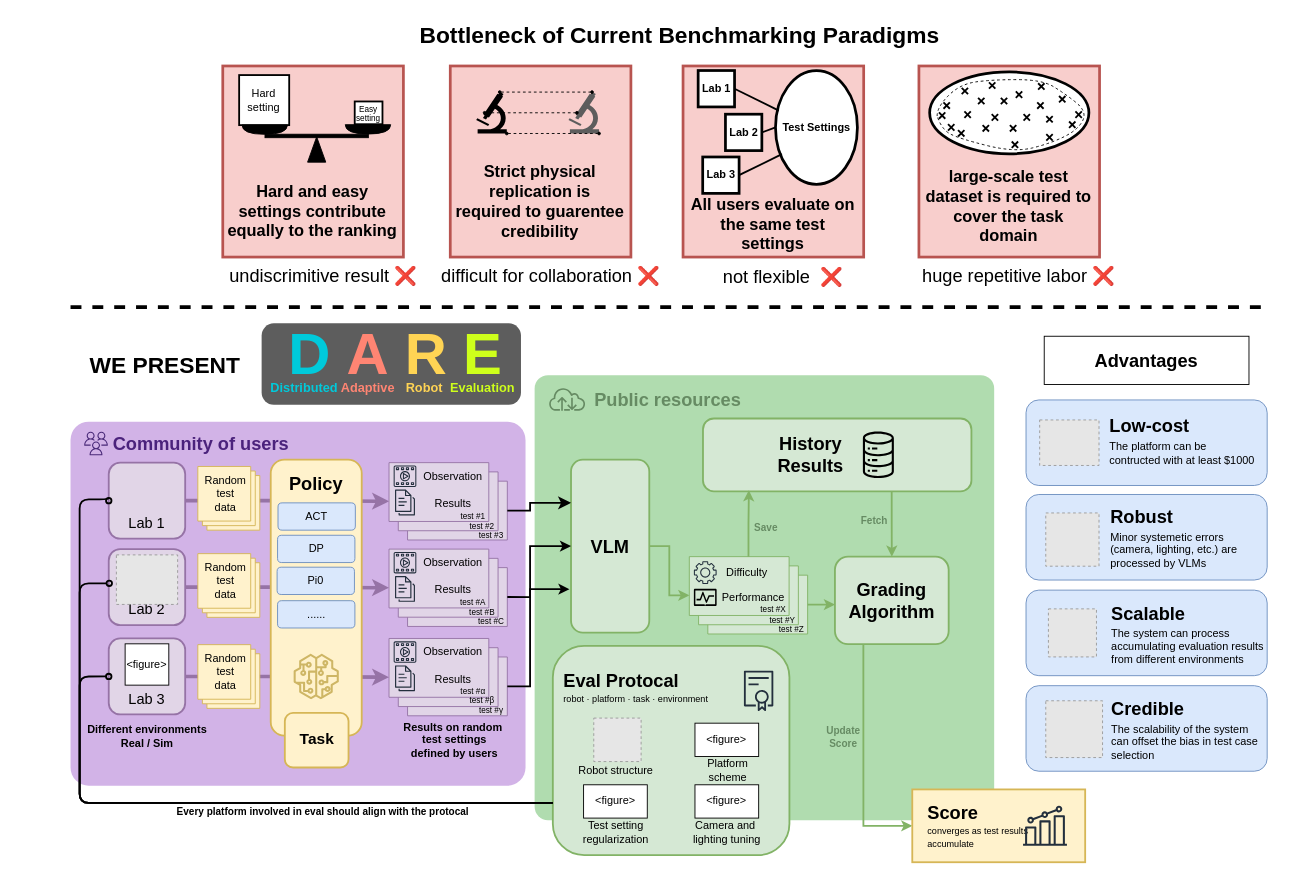
Above: teaser.drawio in cxh-cxh/Embodied-VLM-Judge-figures (draw.io), before the change. Source tidied: cells renumbered, new cells numbered last; positions are measured from the earlier drawing's top-left corner, leaving out a move shared by most shapes. Both pictures are drawn from the tidied source at 91%, with x=0, y=0 at pixel (15, 15). Pictures stored in the file or linked from it are replaced by grey dashed boxes.
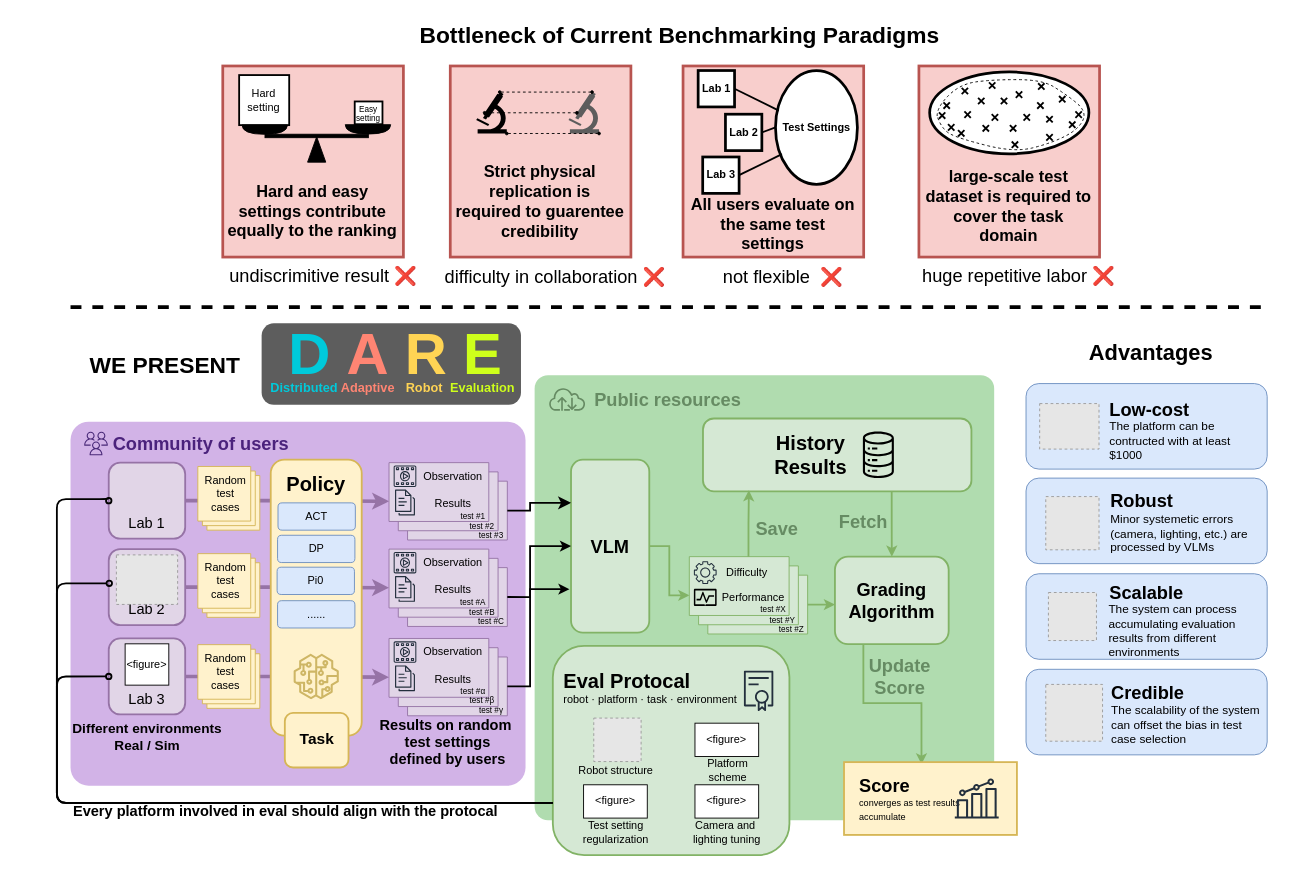
The same diagram, later.

The change refers to these unchanged cells:
```xml
<mxCell id="11" value="&lt;span style=&quot;font-size: 20px;&quot;&gt;&lt;b&gt;Grading&lt;/b&gt;&lt;/span&gt;&lt;br&gt;&lt;div&gt;&lt;font style=&quot;font-size: 20px;&quot;&gt;&lt;b&gt;Algorithm&lt;/b&gt;&lt;/font&gt;&lt;/div&gt;" style="rounded=1;whiteSpace=wrap;html=1;fillColor=#d5e8d4;strokeColor=#82b366;strokeWidth=2;" parent="1" vertex="1">
  <mxGeometry x="900" y="594.2" width="125" height="96.2" as="geometry" />
</mxCell>
<mxCell id="15" value="&lt;font style=&quot;font-size: 16px;&quot;&gt;Lab 1&lt;/font&gt;" style="rounded=1;whiteSpace=wrap;html=1;fillColor=#e1d5e7;strokeColor=#9673a6;verticalAlign=bottom;fontSize=19;spacingBottom=3;strokeWidth=2;" parent="14" vertex="1">
  <mxGeometry width="84" height="83.5" as="geometry" />
</mxCell>
<mxCell id="28" value="&lt;font style=&quot;font-size: 16px;&quot;&gt;Lab 3&lt;/font&gt;" style="rounded=1;whiteSpace=wrap;html=1;fillColor=#e1d5e7;strokeColor=#9673a6;verticalAlign=bottom;fontSize=19;spacingBottom=3;strokeWidth=2;" parent="27" vertex="1">
  <mxGeometry x="2" y="-46.8" width="84" height="83.5" as="geometry" />
</mxCell>
<mxCell id="43" value="&lt;font style=&quot;font-size: 16px;&quot;&gt;Lab 2&lt;/font&gt;" style="rounded=1;whiteSpace=wrap;html=1;fillColor=#e1d5e7;strokeColor=#9673a6;verticalAlign=bottom;fontSize=19;spacingBottom=3;strokeWidth=2;" parent="42" vertex="1">
  <mxGeometry width="84" height="83.5" as="geometry" />
</mxCell>
<mxCell id="56" style="group;" parent="1" vertex="1">
  <mxGeometry x="590" y="692.2" width="260" height="230" as="geometry" />
</mxCell>
<mxCell id="95" style="edgeStyle=orthogonalEdgeStyle;rounded=0;jettySize=auto;html=1;strokeWidth=2;fillColor=#d5e8d4;strokeColor=#82b366;entryX=0.171;entryY=0.986;entryDx=0;entryDy=0;entryPerimeter=0;" parent="1" edge="1" source="80" target="12">
  <mxGeometry relative="1" as="geometry" />
</mxCell>
<mxCell id="97" style="edgeStyle=orthogonalEdgeStyle;rounded=0;jettySize=auto;html=1;strokeWidth=2;fillColor=#d5e8d4;strokeColor=#82b366;entryX=0.5;entryY=0;entryDx=0;entryDy=0;exitX=0.703;exitY=1.002;exitDx=0;exitDy=0;exitPerimeter=0;" parent="1" edge="1" source="12" target="11">
  <mxGeometry relative="1" as="geometry" />
</mxCell>
<mxCell id="101" value="&lt;span style=&quot;font-size: 20px;&quot;&gt;&lt;b&gt;Score&lt;/b&gt;&lt;/span&gt;&lt;div&gt;&lt;font size=&quot;1&quot;&gt;converges as test results accumulate&lt;/font&gt;&lt;/div&gt;" style="rounded=0;whiteSpace=wrap;html=1;fillColor=#fff2cc;strokeColor=#d6b656;strokeWidth=2;glass=0;align=left;spacingLeft=15;spacingRight=41;" parent="100" vertex="1">
  <mxGeometry x="5" width="190" height="80" as="geometry" />
</mxCell>
<mxCell id="109" style="group;" parent="1" vertex="1">
  <mxGeometry x="198" y="590.9" width="70" height="70" as="geometry" />
</mxCell>
<mxCell id="112" style="group;" parent="1" vertex="1">
  <mxGeometry x="198" y="690.9" width="70" height="70" as="geometry" />
</mxCell>
<mxCell id="115" style="group;" parent="1" vertex="1">
  <mxGeometry x="198" y="495.1" width="70" height="70" as="geometry" />
</mxCell>
```

What changed in the source:
```diff
@@
-    <mxCell id="7" value="&lt;font style=&quot;font-size: 20px;&quot;&gt;&lt;b&gt;Advantages&lt;/b&gt;&lt;/font&gt;&lt;div&gt;&lt;span style=&quot;font-size: 20px;&quot;&gt;&lt;b&gt;&lt;br&gt;&lt;/b&gt;&lt;/span&gt;&lt;div style=&quot;text-align: right;&quot;&gt;&lt;br&gt;&lt;/div&gt;&lt;div style=&quot;text-align: right;&quot;&gt;&lt;font style=&quot;font-size: 17px;&quot;&gt;&lt;br&gt;&lt;/font&gt;&lt;/div&gt;&lt;/div&gt;" style="rounded=0;whiteSpace=wrap;html=1;verticalAlign=top;spacingTop=8;" parent="1" vertex="1">
-      <mxGeometry x="1130" y="352" width="225" height="53" as="geometry" />
+    <mxCell id="7" value="&lt;font style=&quot;font-size: 24px;&quot;&gt;&lt;b style=&quot;&quot;&gt;Advantages&lt;/b&gt;&lt;/font&gt;&lt;div&gt;&lt;b&gt;&lt;font style=&quot;font-size: 24px;&quot;&gt;&lt;br&gt;&lt;/font&gt;&lt;/b&gt;&lt;div style=&quot;text-align: right;&quot;&gt;&lt;font style=&quot;font-size: 24px;&quot;&gt;&lt;br&gt;&lt;/font&gt;&lt;/div&gt;&lt;div style=&quot;text-align: right;&quot;&gt;&lt;font style=&quot;font-size: 17px;&quot;&gt;&lt;br&gt;&lt;/font&gt;&lt;/div&gt;&lt;/div&gt;" style="rounded=0;whiteSpace=wrap;html=1;verticalAlign=top;spacingTop=8;fillColor=none;strokeColor=none;" parent="1" vertex="1">
+      <mxGeometry x="1134.6" y="342" width="225" height="53" as="geometry" />
     </mxCell>
@@
-    <mxCell id="9" style="edgeStyle=orthogonalEdgeStyle;rounded=0;jettySize=auto;html=1;exitX=0.25;exitY=1;exitDx=0;exitDy=0;entryX=0;entryY=0.5;entryDx=0;entryDy=0;fillColor=#d5e8d4;strokeColor=#82b366;strokeWidth=2;" parent="1" edge="1" source="11" target="101">
+    <mxCell id="9" style="edgeStyle=orthogonalEdgeStyle;rounded=0;jettySize=auto;html=1;exitX=0.25;exitY=1;exitDx=0;exitDy=0;entryX=0.448;entryY=0.029;entryDx=0;entryDy=0;fillColor=#d5e8d4;strokeColor=#82b366;strokeWidth=2;entryPerimeter=0;" parent="1" edge="1" source="11" target="101">
       <mxGeometry relative="1" as="geometry" />
     </mxCell>
-    <mxCell id="10" value="Update&lt;div&gt;Score&lt;/div&gt;" style="edgeLabel;html=1;align=center;verticalAlign=middle;labelBackgroundColor=none;fontSize=11;fontStyle=1;fontColor=light-dark(#668B63,#BEC8D4);" parent="9" vertex="1">
+    <mxCell id="10" value="Update&lt;div&gt;Score&lt;/div&gt;" style="edgeLabel;html=1;align=center;verticalAlign=middle;labelBackgroundColor=none;fontSize=20;fontStyle=1;fontColor=light-dark(#668B63,#BEC8D4);" parent="9" vertex="1">
       <mxGeometry x="-0.18" relative="1" as="geometry">
-        <mxPoint x="-23" y="-2" as="offset" />
+        <mxPoint x="24" y="-30" as="offset" />
       </mxGeometry>
     </mxCell>
@@
-    <mxCell id="27" style="group;" parent="1" vertex="1">
-      <mxGeometry x="100" y="730.9" width="114" height="83.5" as="geometry" />
+    <mxCell id="27" style="group;fontSize=15;" parent="1" vertex="1">
+      <mxGeometry x="100" y="730.9" width="129" height="86.5" as="geometry" />
     </mxCell>
@@
-    <mxCell id="29" value="Different environments&lt;div&gt;Real / Sim&lt;/div&gt;" style="text;html=1;align=center;verticalAlign=middle;strokeColor=none;fillColor=none;fontStyle=1;" parent="27" vertex="1">
-      <mxGeometry x="-26" y="38.5" width="140" height="45" as="geometry" />
+    <mxCell id="29" value="&lt;font style=&quot;font-size: 15px;&quot;&gt;Different environments&lt;/font&gt;&lt;div&gt;&lt;font style=&quot;font-size: 15px;&quot;&gt;Real / Sim&lt;/font&gt;&lt;/div&gt;" style="text;html=1;align=center;verticalAlign=middle;strokeColor=none;fillColor=none;fontStyle=1;" parent="27" vertex="1">
+      <mxGeometry x="-41" y="36.5" width="170" height="50" as="geometry" />
     </mxCell>
@@
-    <mxCell id="57" value="&lt;span style=&quot;font-size: 20px;&quot;&gt;&lt;b&gt;Eval Protocal&lt;/b&gt;&lt;/span&gt;&lt;div&gt;&lt;font size=&quot;1&quot;&gt;robot · platform · task · environment&lt;/font&gt;&lt;/div&gt;" style="rounded=1;whiteSpace=wrap;html=1;fillColor=#d5e8d4;strokeColor=#82b366;align=left;spacingLeft=10;strokeWidth=2;verticalAlign=top;spacingTop=20;" parent="56" vertex="1">
+    <mxCell id="57" value="&lt;b style=&quot;&quot;&gt;&lt;font style=&quot;font-size: 22px;&quot;&gt;Eval Protocal&lt;/font&gt;&lt;/b&gt;&lt;div&gt;&lt;font&gt;robot · platform · task · environment&lt;/font&gt;&lt;/div&gt;" style="rounded=1;whiteSpace=wrap;html=1;fillColor=#d5e8d4;strokeColor=#82b366;align=left;spacingLeft=10;strokeWidth=2;verticalAlign=top;spacingTop=20;" parent="56" vertex="1">
       <mxGeometry width="260" height="230" as="geometry" />
     </mxCell>
@@
     <mxCell id="67" style="endArrow=oval;html=1;rounded=1;fontSize=13;exitX=0;exitY=0.75;exitDx=0;exitDy=0;entryX=0;entryY=0.5;entryDx=0;entryDy=0;edgeStyle=orthogonalEdgeStyle;endFill=0;strokeWidth=2;" parent="1" edge="1" source="57" target="28">
       <mxGeometry relative="1" as="geometry">
         <Array as="points">
-          <mxPoint x="70" y="865.2" />
-          <mxPoint x="70" y="726.2" />
-          <mxPoint x="102" y="726.2" />
+          <mxPoint x="45" y="865" />
+          <mxPoint x="45" y="726" />
         </Array>
       </mxGeometry>
     </mxCell>
     <mxCell id="68" style="endArrow=oval;html=1;rounded=1;fontSize=13;exitX=0;exitY=0.75;exitDx=0;exitDy=0;entryX=0.007;entryY=0.45;entryDx=0;entryDy=0;edgeStyle=orthogonalEdgeStyle;entryPerimeter=0;endFill=0;strokeWidth=2;" parent="1" edge="1" source="57" target="43">
       <mxGeometry relative="1" as="geometry">
         <Array as="points">
-          <mxPoint x="70" y="865.2" />
-          <mxPoint x="70" y="623.2" />
+          <mxPoint x="45" y="865" />
+          <mxPoint x="45" y="623" />
         </Array>
       </mxGeometry>
     </mxCell>
     <mxCell id="69" style="endArrow=oval;html=1;rounded=1;fontSize=13;exitX=0;exitY=0.75;exitDx=0;exitDy=0;entryX=0;entryY=0.5;entryDx=0;entryDy=0;edgeStyle=orthogonalEdgeStyle;endFill=0;strokeWidth=2;" parent="1" edge="1" source="57" target="15">
       <mxGeometry relative="1" as="geometry">
         <Array as="points">
-          <mxPoint x="70" y="865.2" />
-          <mxPoint x="70" y="531.2" />
-          <mxPoint x="102" y="531.2" />
+          <mxPoint x="45" y="865" />
+          <mxPoint x="45" y="531" />
+          <mxPoint x="102" y="531" />
         </Array>
       </mxGeometry>
     </mxCell>
-    <mxCell id="70" value="Every platform involved in eval should align with the protocal" style="edgeLabel;html=1;align=center;verticalAlign=middle;labelBackgroundColor=none;fontStyle=1;" parent="69" vertex="1">
+    <mxCell id="70" value="Every platform involved in eval should align with the protocal" style="edgeLabel;html=1;align=center;verticalAlign=middle;labelBackgroundColor=none;fontStyle=1;fontSize=16;" parent="69" vertex="1">
       <mxGeometry x="-0.22" y="2" relative="1" as="geometry">
-        <mxPoint x="92" y="8" as="offset" />
+        <mxPoint x="71" y="7" as="offset" />
       </mxGeometry>
     </mxCell>
-    <mxCell id="71" value="&lt;span style=&quot;font-size: 20px;&quot;&gt;&lt;b&gt;Policy&lt;/b&gt;&lt;/span&gt;" style="rounded=1;whiteSpace=wrap;html=1;fillColor=#fff2cc;strokeColor=#d6b656;strokeWidth=2;verticalAlign=top;spacingTop=8;" parent="1" vertex="1">
+    <mxCell id="71" value="&lt;b style=&quot;&quot;&gt;&lt;font style=&quot;font-size: 22px;&quot;&gt;Policy&lt;/font&gt;&lt;/b&gt;" style="rounded=1;whiteSpace=wrap;html=1;fillColor=#fff2cc;strokeColor=#d6b656;strokeWidth=2;verticalAlign=top;spacingTop=8;" parent="1" vertex="1">
       <mxGeometry x="280" y="487.6" width="100" height="303.2" as="geometry" />
     </mxCell>
@@
-    <mxCell id="93" value="&lt;span style=&quot;text-wrap-mode: wrap; font-size: 20px;&quot;&gt;&lt;b&gt;History&lt;/b&gt;&lt;/span&gt;&lt;div style=&quot;text-wrap-mode: wrap;&quot;&gt;&lt;span style=&quot;font-size: 20px;&quot;&gt;&lt;b&gt;Results&lt;/b&gt;&lt;/span&gt;&lt;/div&gt;" style="text;html=1;align=center;verticalAlign=middle;strokeColor=none;fillColor=none;" parent="1" vertex="1">
-      <mxGeometry x="825" y="449.9" width="95" height="65" as="geometry" />
+    <mxCell id="93" value="&lt;span style=&quot;text-wrap-mode: wrap;&quot;&gt;&lt;b&gt;History&lt;/b&gt;&lt;/span&gt;&lt;div style=&quot;text-wrap-mode: wrap;&quot;&gt;&lt;span&gt;&lt;b&gt;Results&lt;/b&gt;&lt;/span&gt;&lt;/div&gt;" style="text;html=1;align=center;verticalAlign=middle;strokeColor=none;fillColor=none;fontSize=22;" parent="1" vertex="1">
+      <mxGeometry x="823" y="447.9" width="100" height="70" as="geometry" />
     </mxCell>
@@
-    <mxCell id="96" value="Save" style="edgeLabel;html=1;align=center;verticalAlign=middle;fontStyle=1;labelBackgroundColor=none;fontColor=light-dark(#668B63,#BEC8D4);" parent="95" vertex="1">
+    <mxCell id="96" value="Save" style="edgeLabel;html=1;align=center;verticalAlign=middle;fontStyle=1;labelBackgroundColor=none;fontColor=light-dark(#668B63,#BEC8D4);fontSize=20;" parent="95" vertex="1">
       <mxGeometry x="-0.26" y="-2" relative="1" as="geometry">
-        <mxPoint x="16" y="-5" as="offset" />
+        <mxPoint x="28" y="-5" as="offset" />
       </mxGeometry>
     </mxCell>
@@
-    <mxCell id="98" value="Fetch" style="edgeLabel;html=1;align=center;verticalAlign=middle;fontStyle=1;labelBackgroundColor=none;fontColor=light-dark(#668B63,#BEC8D4);" parent="97" vertex="1">
+    <mxCell id="98" value="Fetch" style="edgeLabel;html=1;align=center;verticalAlign=middle;fontStyle=1;labelBackgroundColor=none;fontColor=light-dark(#668B63,#BEC8D4);fontSize=20;" parent="97" vertex="1">
       <mxGeometry x="-0.07" y="1" relative="1" as="geometry">
-        <mxPoint x="-21" y="-1" as="offset" />
+        <mxPoint x="-33" y="-1" as="offset" />
       </mxGeometry>
     </mxCell>
@@
     <mxCell id="100" style="group;" parent="1" vertex="1">
-      <mxGeometry x="980" y="850" width="190" height="80" as="geometry" />
+      <mxGeometry x="905" y="820" width="190" height="80" as="geometry" />
     </mxCell>
@@
-    <mxCell id="103" value="Results on random&lt;div&gt;&amp;nbsp;&lt;span style=&quot;background-color: transparent; color: light-dark(rgb(0, 0, 0), rgb(255, 255, 255));&quot;&gt;test settings&lt;/span&gt;&lt;div&gt;&lt;span style=&quot;background-color: transparent; color: light-dark(rgb(0, 0, 0), rgb(255, 255, 255));&quot;&gt;&amp;nbsp;defined by users&lt;/span&gt;&lt;/div&gt;&lt;/div&gt;" style="text;html=1;align=center;verticalAlign=middle;strokeColor=none;fillColor=none;fontStyle=1;" parent="1" vertex="1">
-      <mxGeometry x="419.5" y="765.9" width="120" height="60" as="geometry" />
+    <mxCell id="103" value="Results on random&lt;div&gt;&amp;nbsp;&lt;span style=&quot;background-color: transparent; color: light-dark(rgb(0, 0, 0), rgb(255, 255, 255));&quot;&gt;test settings&lt;/span&gt;&lt;div&gt;&lt;span style=&quot;background-color: transparent; color: light-dark(rgb(0, 0, 0), rgb(255, 255, 255));&quot;&gt;&amp;nbsp;defined by users&lt;/span&gt;&lt;/div&gt;&lt;/div&gt;" style="text;html=1;align=center;verticalAlign=middle;strokeColor=none;fillColor=none;fontStyle=1;fontSize=16;" parent="1" vertex="1">
+      <mxGeometry x="394" y="760.9" width="155" height="75" as="geometry" />
     </mxCell>
@@
-    <mxCell id="111" value="Random&lt;div&gt;test&lt;/div&gt;&lt;div&gt;data&lt;/div&gt;" style="text;html=1;align=center;verticalAlign=middle;strokeColor=none;fillColor=none;" parent="109" vertex="1">
+    <mxCell id="111" value="Random&lt;div&gt;test&lt;/div&gt;&lt;div&gt;cases&lt;/div&gt;" style="text;html=1;align=center;verticalAlign=middle;strokeColor=none;fillColor=none;" parent="109" vertex="1">
       <mxGeometry x="-1" width="65" height="60" as="geometry" />
     </mxCell>
@@
-    <mxCell id="114" value="Random&lt;div&gt;test&lt;/div&gt;&lt;div&gt;data&lt;/div&gt;" style="text;html=1;align=center;verticalAlign=middle;strokeColor=none;fillColor=none;" parent="112" vertex="1">
+    <mxCell id="114" value="Random&lt;div&gt;test&lt;/div&gt;&lt;div&gt;cases&lt;/div&gt;" style="text;html=1;align=center;verticalAlign=middle;strokeColor=none;fillColor=none;" parent="112" vertex="1">
       <mxGeometry x="-1" width="65" height="60" as="geometry" />
     </mxCell>
@@
-    <mxCell id="117" value="Random&lt;div&gt;test&lt;/div&gt;&lt;div&gt;data&lt;/div&gt;" style="text;html=1;align=center;verticalAlign=middle;strokeColor=none;fillColor=none;" parent="115" vertex="1">
+    <mxCell id="117" value="Random&lt;div&gt;test&lt;/div&gt;&lt;div&gt;cases&lt;/div&gt;" style="text;html=1;align=center;verticalAlign=middle;strokeColor=none;fillColor=none;" parent="115" vertex="1">
       <mxGeometry x="-1" width="65" height="60" as="geometry" />
     </mxCell>
@@
-    <mxCell id="119" value="&lt;font&gt;&lt;font&gt;difficult for collaboration&amp;nbsp;&lt;/font&gt;❌&lt;/font&gt;" style="text;align=right;verticalAlign=middle;strokeColor=none;fillColor=none;html=1;fontSize=20;" parent="1" vertex="1">
-      <mxGeometry x="444.1" y="265" width="265" height="40" as="geometry" />
+    <mxCell id="119" value="&lt;font&gt;&lt;font&gt;difficulty in collaboration&amp;nbsp;&lt;/font&gt;❌&lt;/font&gt;" style="text;align=right;verticalAlign=middle;strokeColor=none;fillColor=none;html=1;fontSize=20;" parent="1" vertex="1">
+      <mxGeometry x="450" y="265.5" width="265" height="40" as="geometry" />
     </mxCell>
@@
     <mxCell id="122" style="rounded=1;whiteSpace=wrap;html=1;fillColor=#dae8fc;strokeColor=#6c8ebf;align=left;spacingLeft=100;" parent="1" vertex="1">
-      <mxGeometry x="1110" y="422" width="265" height="94" as="geometry" />
+      <mxGeometry x="1110" y="404" width="265" height="94" as="geometry" />
     </mxCell>
     <mxCell id="123" style="rounded=1;whiteSpace=wrap;html=1;fillColor=#dae8fc;strokeColor=#6c8ebf;align=left;spacingLeft=100;" parent="1" vertex="1">
-      <mxGeometry x="1110" y="525.9" width="265" height="94" as="geometry" />
+      <mxGeometry x="1110" y="507.9" width="265" height="94" as="geometry" />
     </mxCell>
     <mxCell id="124" style="rounded=1;whiteSpace=wrap;html=1;fillColor=#dae8fc;strokeColor=#6c8ebf;align=left;spacingLeft=100;" parent="1" vertex="1">
-      <mxGeometry x="1110" y="631" width="265" height="94" as="geometry" />
+      <mxGeometry x="1110" y="613" width="265" height="94" as="geometry" />
     </mxCell>
@@
     <mxCell id="223" value="&lt;b&gt;&lt;font style=&quot;font-size: 20px;&quot;&gt;Low-cost&lt;/font&gt;&lt;/b&gt;" style="text;html=1;whiteSpace=wrap;strokeColor=none;fillColor=none;align=left;verticalAlign=middle;rounded=0;" parent="1" vertex="1">
-      <mxGeometry x="1200" y="435" width="190" height="30" as="geometry" />
+      <mxGeometry x="1200" y="417" width="190" height="30" as="geometry" />
     </mxCell>
-    <mxCell id="224" value="The platform can be contructed with at least $1000" style="text;html=1;whiteSpace=wrap;strokeColor=none;fillColor=none;align=left;verticalAlign=middle;rounded=0;" parent="1" vertex="1">
-      <mxGeometry x="1200" y="465.9" width="165" height="30" as="geometry" />
+    <mxCell id="224" value="The platform can be contructed with at least $1000" style="text;html=1;whiteSpace=wrap;strokeColor=none;fillColor=none;align=left;verticalAlign=middle;rounded=0;fontSize=13;" parent="1" vertex="1">
+      <mxGeometry x="1200" y="452" width="165" height="30" as="geometry" />
     </mxCell>
     <mxCell id="225" value="&lt;span style=&quot;font-size: 20px;&quot;&gt;&lt;b&gt;Robust&lt;/b&gt;&lt;/span&gt;" style="text;html=1;whiteSpace=wrap;strokeColor=none;fillColor=none;align=left;verticalAlign=middle;rounded=0;" parent="1" vertex="1">
-      <mxGeometry x="1201" y="535.1" width="190" height="30" as="geometry" />
+      <mxGeometry x="1201" y="517.1" width="190" height="30" as="geometry" />
     </mxCell>
-    <mxCell id="226" value="Minor systemetic errors (camera, lighting, etc.) are&amp;nbsp; processed by VLMs" style="text;html=1;whiteSpace=wrap;strokeColor=none;fillColor=none;align=left;verticalAlign=middle;rounded=0;" parent="1" vertex="1">
-      <mxGeometry x="1201" y="571.8" width="165" height="30" as="geometry" />
+    <mxCell id="226" value="Minor systemetic errors (camera, lighting, etc.) are&amp;nbsp; processed by VLMs" style="text;html=1;whiteSpace=wrap;strokeColor=none;fillColor=none;align=left;verticalAlign=middle;rounded=0;fontSize=13;" parent="1" vertex="1">
+      <mxGeometry x="1201" y="553.8" width="165" height="30" as="geometry" />
     </mxCell>
     <mxCell id="227" value="&lt;b&gt;&lt;font style=&quot;font-size: 20px;&quot;&gt;Scalable&lt;/font&gt;&lt;/b&gt;" style="text;html=1;whiteSpace=wrap;strokeColor=none;fillColor=none;align=left;verticalAlign=middle;rounded=0;" parent="1" vertex="1">
-      <mxGeometry x="1202" y="641" width="190" height="30" as="geometry" />
+      <mxGeometry x="1200" y="617.8" width="190" height="30" as="geometry" />
     </mxCell>
-    <mxCell id="228" value="The system can process accumulating evaluation results from different environments" style="text;html=1;whiteSpace=wrap;strokeColor=none;fillColor=none;align=left;verticalAlign=middle;rounded=0;" parent="1" vertex="1">
-      <mxGeometry x="1202" y="677.6" width="173" height="30" as="geometry" />
+    <mxCell id="228" value="The system can process accumulating evaluation results from different environments" style="text;html=1;whiteSpace=wrap;strokeColor=none;fillColor=none;align=left;verticalAlign=middle;rounded=0;fontSize=13;" parent="1" vertex="1">
+      <mxGeometry x="1199" y="660.6" width="173" height="30" as="geometry" />
     </mxCell>
     <mxCell id="229" style="rounded=1;whiteSpace=wrap;html=1;fillColor=#dae8fc;strokeColor=#6c8ebf;align=left;spacingLeft=100;" parent="1" vertex="1">
-      <mxGeometry x="1110" y="736" width="265" height="94" as="geometry" />
+      <mxGeometry x="1110" y="718" width="265" height="94" as="geometry" />
     </mxCell>
     <mxCell id="230" value="&lt;b&gt;&lt;font style=&quot;font-size: 20px;&quot;&gt;Credible&lt;/font&gt;&lt;/b&gt;" style="text;html=1;whiteSpace=wrap;strokeColor=none;fillColor=none;align=left;verticalAlign=middle;rounded=0;" parent="1" vertex="1">
-      <mxGeometry x="1202" y="746" width="190" height="30" as="geometry" />
+      <mxGeometry x="1202" y="728" width="190" height="30" as="geometry" />
     </mxCell>
-    <mxCell id="231" value="The scalability of the system can offset the bias in test case selection" style="text;html=1;whiteSpace=wrap;strokeColor=none;fillColor=none;align=left;verticalAlign=middle;rounded=0;" parent="1" vertex="1">
-      <mxGeometry x="1202" y="782.6" width="173" height="30" as="geometry" />
+    <mxCell id="231" value="The scalability of the system can offset the bias in test case selection" style="text;html=1;whiteSpace=wrap;strokeColor=none;fillColor=none;align=left;verticalAlign=middle;rounded=0;fontSize=13;" parent="1" vertex="1">
+      <mxGeometry x="1202" y="763.6" width="173" height="30" as="geometry" />
     </mxCell>
     <mxCell id="232" style="fillColor=#E6E6E6;strokeColor=#999999;dashed=1;verticalLabelPosition=bottom;labelBackgroundColor=default;verticalAlign=top;" parent="1" vertex="1">
-      <mxGeometry x="1125" y="444" width="65.2" height="50" as="geometry" />
+      <mxGeometry x="1125" y="426" width="65.2" height="50" as="geometry" />
     </mxCell>
     <mxCell id="233" style="fillColor=#E6E6E6;strokeColor=#999999;dashed=1;verticalLabelPosition=bottom;labelBackgroundColor=default;verticalAlign=top;" parent="1" vertex="1">
-      <mxGeometry x="1131.7" y="546.2" width="58.5" height="58.5" as="geometry" />
+      <mxGeometry x="1131.7" y="528.2" width="58.5" height="58.5" as="geometry" />
     </mxCell>
     <mxCell id="234" style="fillColor=#E6E6E6;strokeColor=#999999;dashed=1;verticalLabelPosition=bottom;labelBackgroundColor=default;verticalAlign=top;" parent="1" vertex="1">
-      <mxGeometry x="1134.6" y="651.6" width="52.8" height="52.8" as="geometry" />
+      <mxGeometry x="1134.6" y="633.6" width="52.8" height="52.8" as="geometry" />
     </mxCell>
     <mxCell id="235" style="fillColor=#E6E6E6;strokeColor=#999999;dashed=1;verticalLabelPosition=bottom;labelBackgroundColor=default;verticalAlign=top;" parent="1" vertex="1">
-      <mxGeometry x="1131.7" y="752.6" width="62.4" height="62.4" as="geometry" />
+      <mxGeometry x="1131.7" y="734.6" width="62.4" height="62.4" as="geometry" />
     </mxCell>
```
